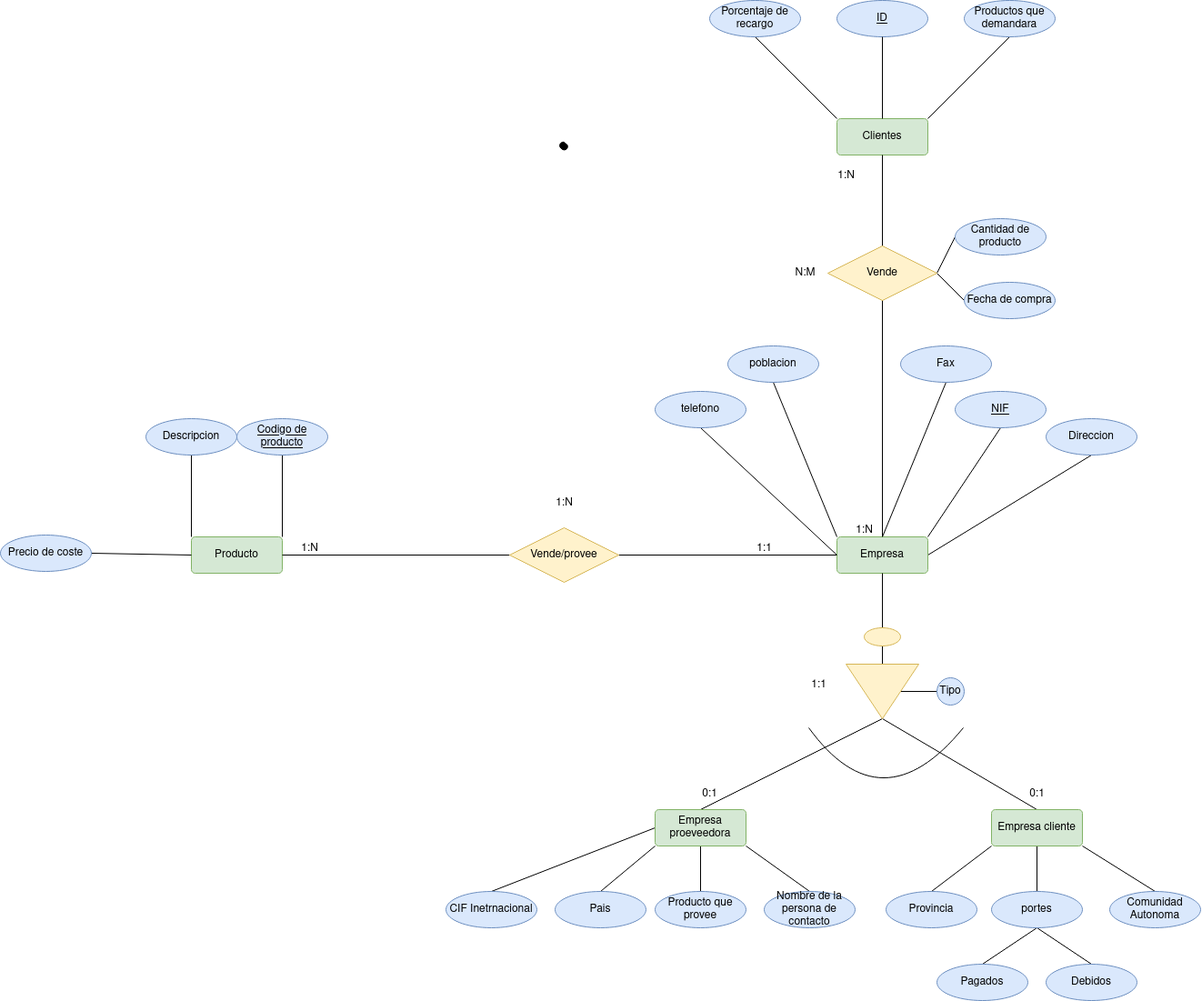
Above: Unidad-1/Tareas/Tarea-evaluable-4/tarea-evaluable-4.drawio.png in DavidRiccio/base-datos (draw.io), before the change. Source tidied: cells renumbered, new cells last; positions are measured from the earlier drawing's top-left corner, leaving out a move shared by most shapes.
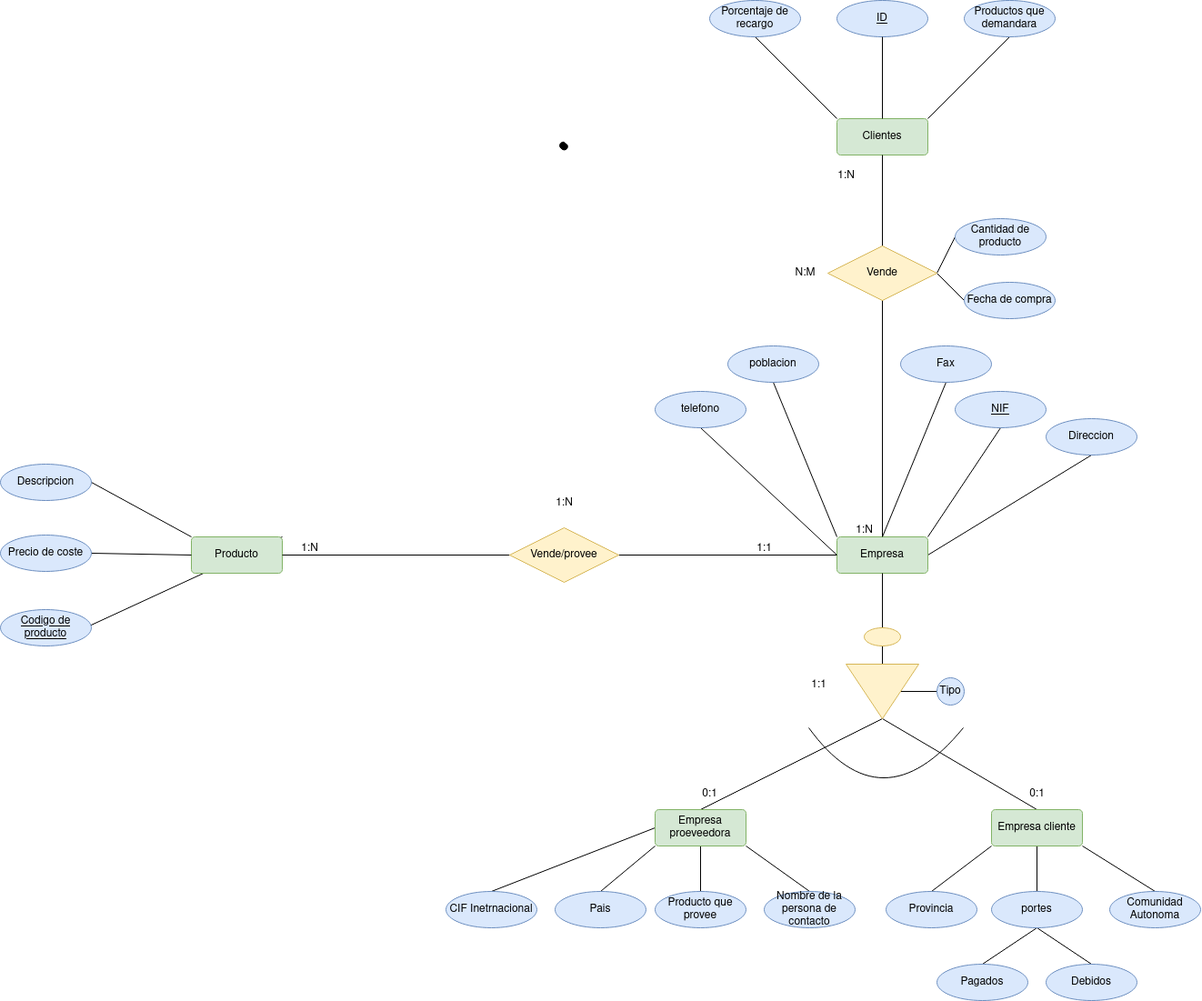
Above is the later version.

The edit, as a diff of the source:
```diff
@@ -106,7 +106,7 @@
     <mxCell id="35" value="Nombre de la persona de contacto" style="ellipse;whiteSpace=wrap;html=1;align=center;fillColor=#dae8fc;strokeColor=#6c8ebf;" parent="1" vertex="1">
       <mxGeometry x="840" y="980" width="100" height="40" as="geometry" />
     </mxCell>
-    <mxCell id="36" style="rounded=0;jettySize=auto;html=1;exitX=0;exitY=0;exitDx=0;exitDy=0;entryX=0.5;entryY=1;entryDx=0;entryDy=0;endArrow=none;endFill=0;" parent="1" edge="1" source="38" target="46">
+    <mxCell id="36" style="rounded=0;jettySize=auto;html=1;exitX=0;exitY=0;exitDx=0;exitDy=0;entryX=1;entryY=0.5;entryDx=0;entryDy=0;endArrow=none;endFill=0;" parent="1" edge="1" source="38" target="46">
       <mxGeometry relative="1" as="geometry" />
     </mxCell>
     <mxCell id="37" style="rounded=0;jettySize=auto;html=1;exitX=1;exitY=0;exitDx=0;exitDy=0;entryX=0.5;entryY=1;entryDx=0;entryDy=0;endArrow=none;endFill=0;" parent="1" edge="1" source="38" target="45">
@@ -140,10 +140,10 @@
       <mxGeometry x="560" y="580" width="120" height="60" as="geometry" />
     </mxCell>
     <mxCell id="45" value="Codigo de producto" style="ellipse;whiteSpace=wrap;html=1;align=center;fontStyle=4;fillColor=#dae8fc;strokeColor=#6c8ebf;" parent="1" vertex="1">
-      <mxGeometry x="260" y="460" width="100" height="40" as="geometry" />
+      <mxGeometry y="670" width="100" height="40" as="geometry" />
     </mxCell>
     <mxCell id="46" value="Descripcion" style="ellipse;whiteSpace=wrap;html=1;align=center;fillColor=#dae8fc;strokeColor=#6c8ebf;" parent="1" vertex="1">
-      <mxGeometry x="160" y="460" width="100" height="40" as="geometry" />
+      <mxGeometry y="510" width="100" height="40" as="geometry" />
     </mxCell>
     <mxCell id="47" style="rounded=0;jettySize=auto;html=1;exitX=1;exitY=0.5;exitDx=0;exitDy=0;entryX=0;entryY=0.5;entryDx=0;entryDy=0;endArrow=none;endFill=0;" parent="1" edge="1" source="48" target="38">
       <mxGeometry relative="1" as="geometry" />
```
